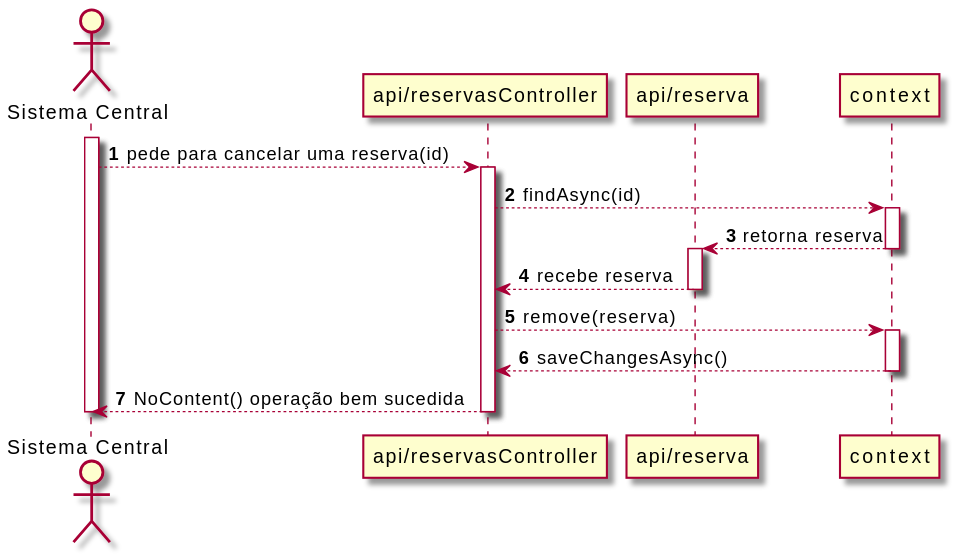
The PlantUML diagram Documentos/Sprint2/UC3/SD-UC3.svg in UPskillDOTNET/Jakim-das-Coives-S.A., before a commit.
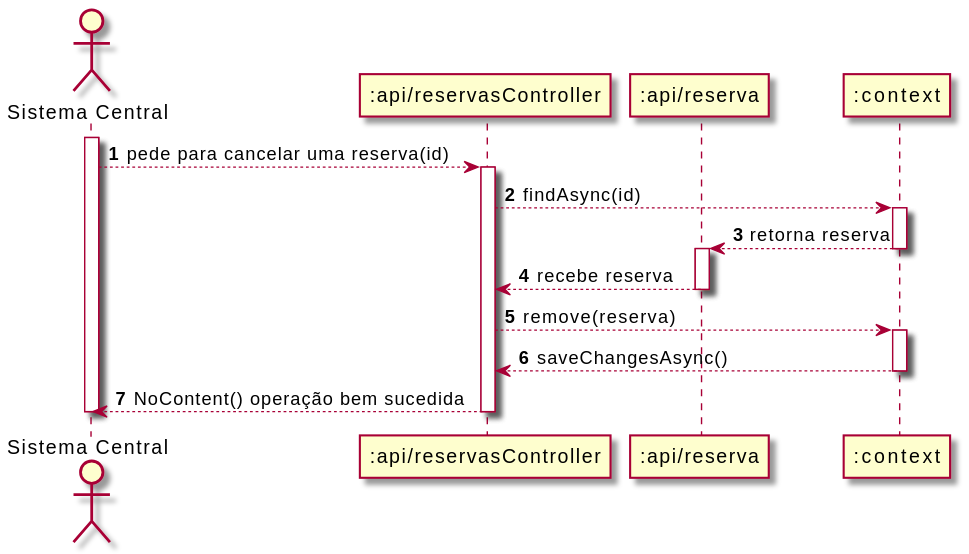
Above is the later version.

Change to the diagram source:
```diff
@@ -1,9 +1,9 @@
 @startuml
 autonumber
 actor "Sistema Central" as SC
-participant "api/reservasController" as RC
-participant "api/reserva" as R
-participant "context" as C
+participant ":api/reservasController" as RC
+participant ":api/reserva" as R
+participant ":context" as C
 
 activate SC
 SC --> RC : pede para cancelar uma reserva(id)
```
